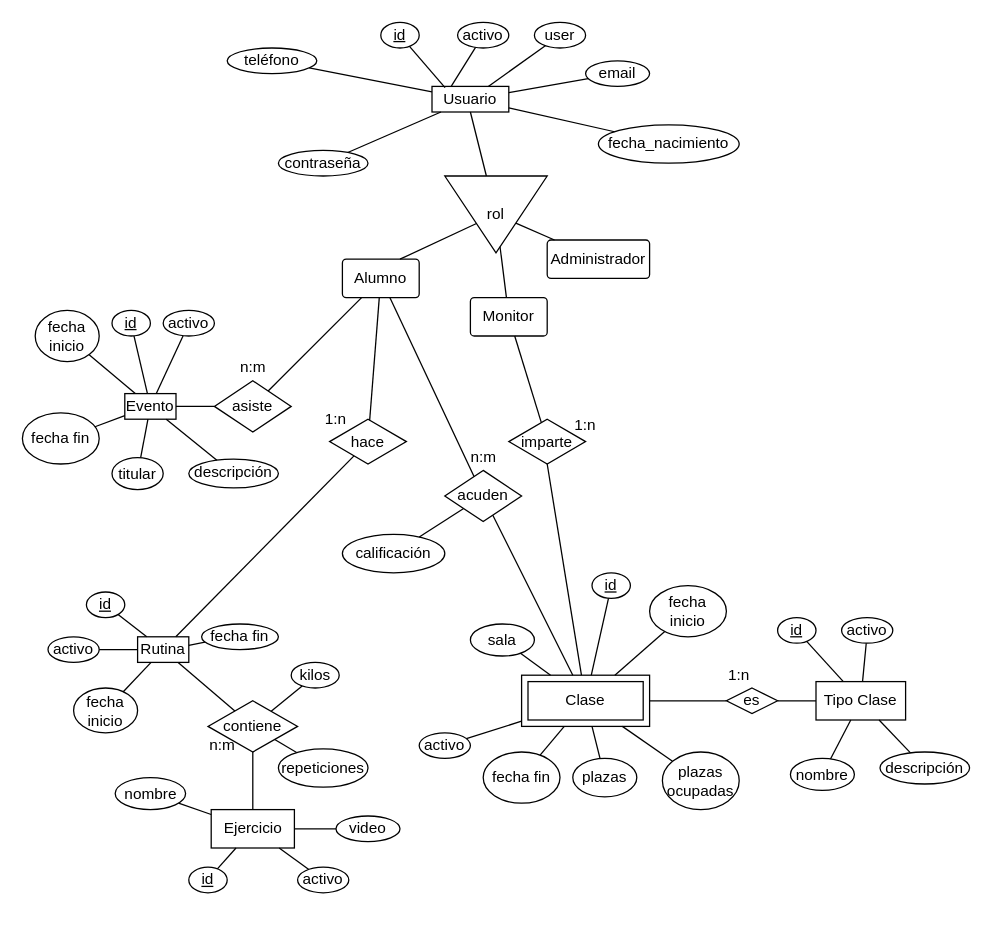
Earlier version of the draw.io diagram ER.drawio (Nithe1990/practica-diw-dwes). Source tidied: cells renumbered, new cells numbered last; positions are measured from the earlier drawing's top-left corner, leaving out a move shared by most shapes. Both pictures are drawn from the tidied source at 128%, with x=0, y=0 at pixel (22, 22).
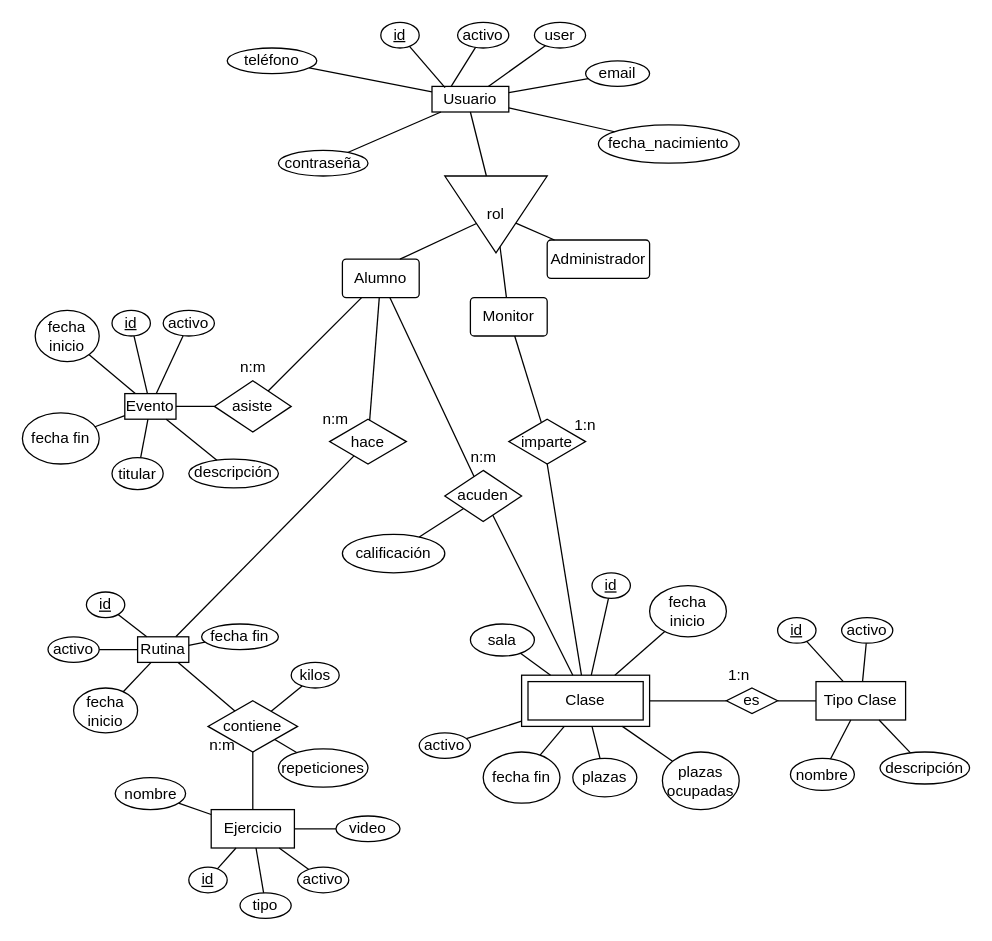
The same page after the edit.

Unchanged cells that the change refers to:
```xml
<mxCell id="83" value="Ejercicio" style="whiteSpace=wrap;html=1;align=center;" parent="1" vertex="1">
  <mxGeometry x="147.5" y="615" width="65" height="30" as="geometry" />
</mxCell>
```

What changed in the source:
```diff
@@
-    <mxCell id="97" value="1:n" style="text;html=1;strokeColor=none;fillColor=none;align=center;verticalAlign=middle;whiteSpace=wrap;rounded=0;" parent="1" vertex="1">
+    <mxCell id="97" value="n:m" style="text;html=1;strokeColor=none;fillColor=none;align=center;verticalAlign=middle;whiteSpace=wrap;rounded=0;" parent="1" vertex="1">
       <mxGeometry x="235" y="300" width="20" height="20" as="geometry" />
     </mxCell>
@@
+    <mxCell id="110" value="tipo" style="ellipse;whiteSpace=wrap;html=1;align=center;" parent="1" vertex="1">
+      <mxGeometry x="170" y="680" width="40" height="20" as="geometry" />
+    </mxCell>
+    <mxCell id="111" style="endArrow=none;html=1;rounded=0;" parent="1" edge="1" source="110" target="83">
+      <mxGeometry relative="1" as="geometry" />
+    </mxCell>
```
